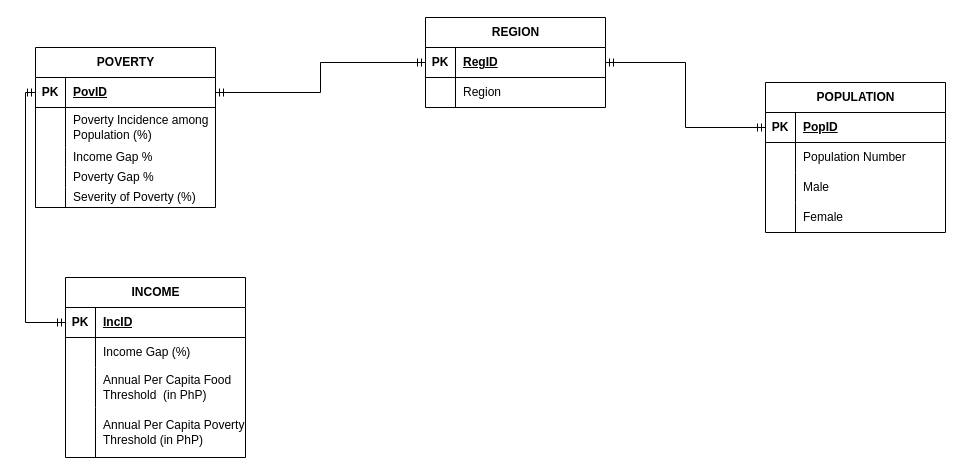
Earlier version of the draw.io diagram page "NRM" (3 of 4) of DECapstone diagrams.drawio (vinsanity2022/SPARTACapstone). Source tidied: cells renumbered, new cells numbered last; positions are measured from the earlier drawing's top-left corner, leaving out a move shared by most shapes. Both pictures are drawn from the tidied source at 100%, with x=0, y=0 at pixel (35, 17).
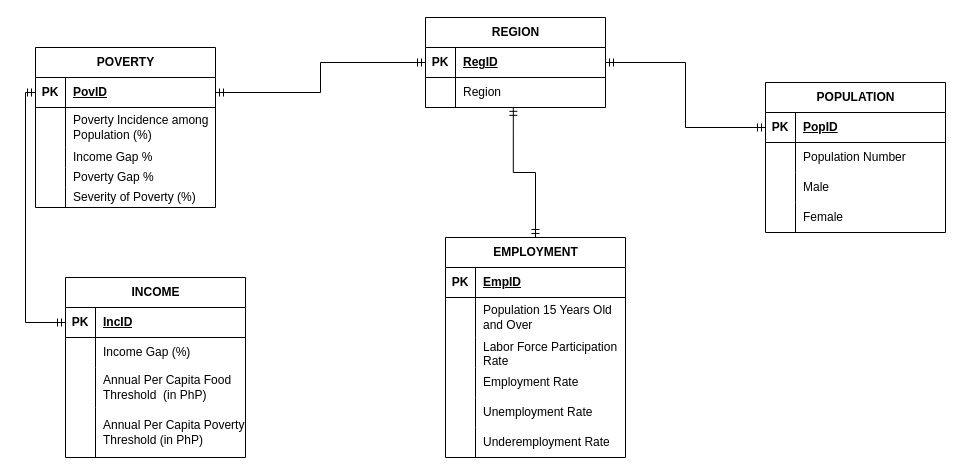
The same page after the edit.

Unchanged cells that the change refers to:
```xml
<mxCell id="35" style="shape=tableRow;horizontal=0;startSize=0;swimlaneHead=0;swimlaneBody=0;fillColor=none;points=[[0,0.5],[1,0.5]];portConstraint=eastwest;top=0;left=0;right=0;bottom=0;" parent="31" vertex="1">
  <mxGeometry y="60" width="180" height="30" as="geometry" />
</mxCell>
```

Diff of the diagram source:
```diff
@@
+    <mxCell id="54" value="EMPLOYMENT" style="shape=table;startSize=30;childLayout=tableLayout;rowLines=0;fontStyle=1;align=center;html=1;" parent="1" vertex="1">
+      <mxGeometry x="410" y="220" width="180" height="220" as="geometry" />
+    </mxCell>
+    <mxCell id="55" style="shape=tableRow;horizontal=0;startSize=0;swimlaneHead=0;swimlaneBody=0;fillColor=none;top=0;left=0;right=0;bottom=1;" parent="54" vertex="1">
+      <mxGeometry y="30" width="180" height="30" as="geometry" />
+    </mxCell>
+    <mxCell id="56" value="PK" style="shape=partialRectangle;fillColor=none;top=0;left=0;bottom=0;right=0;fontStyle=1;overflow=hidden;whiteSpace=wrap;html=1;" parent="55" vertex="1">
+      <mxGeometry width="30" height="30" as="geometry" />
+    </mxCell>
+    <mxCell id="57" value="EmpID" style="shape=partialRectangle;fillColor=none;top=0;left=0;bottom=0;right=0;align=left;spacingLeft=6;fontStyle=5;overflow=hidden;whiteSpace=wrap;html=1;" parent="55" vertex="1">
+      <mxGeometry x="30" width="150" height="30" as="geometry" />
+    </mxCell>
+    <mxCell id="58" style="shape=tableRow;horizontal=0;startSize=0;swimlaneHead=0;swimlaneBody=0;fillColor=none;top=0;left=0;right=0;bottom=0;" parent="54" vertex="1">
+      <mxGeometry y="60" width="180" height="40" as="geometry" />
+    </mxCell>
+    <mxCell id="59" style="shape=partialRectangle;fillColor=none;top=0;left=0;bottom=0;right=0;overflow=hidden;whiteSpace=wrap;html=1;" parent="58" vertex="1">
+      <mxGeometry width="30" height="40" as="geometry" />
+    </mxCell>
+    <mxCell id="60" value="Population 15 Years Old and Over&amp;nbsp; &amp;nbsp; &amp;nbsp; &amp;nbsp; &amp;nbsp;" style="shape=partialRectangle;fillColor=none;top=0;left=0;bottom=0;right=0;align=left;spacingLeft=6;overflow=hidden;whiteSpace=wrap;html=1;" parent="58" vertex="1">
+      <mxGeometry x="30" width="150" height="40" as="geometry" />
+    </mxCell>
+    <mxCell id="61" style="shape=tableRow;horizontal=0;startSize=0;swimlaneHead=0;swimlaneBody=0;fillColor=none;top=0;left=0;right=0;bottom=0;" parent="54" vertex="1">
+      <mxGeometry y="100" width="180" height="30" as="geometry" />
+    </mxCell>
+    <mxCell id="62" style="shape=partialRectangle;fillColor=none;top=0;left=0;bottom=0;right=0;overflow=hidden;whiteSpace=wrap;html=1;" parent="61" vertex="1">
+      <mxGeometry width="30" height="30" as="geometry" />
+    </mxCell>
+    <mxCell id="63" value="Labor Force Participation Rate" style="shape=partialRectangle;fillColor=none;top=0;left=0;bottom=0;right=0;align=left;spacingLeft=6;overflow=hidden;whiteSpace=wrap;html=1;" parent="61" vertex="1">
+      <mxGeometry x="30" width="150" height="30" as="geometry" />
+    </mxCell>
+    <mxCell id="64" style="shape=tableRow;horizontal=0;startSize=0;swimlaneHead=0;swimlaneBody=0;fillColor=none;top=0;left=0;right=0;bottom=0;" parent="54" vertex="1">
+      <mxGeometry y="130" width="180" height="30" as="geometry" />
+    </mxCell>
+    <mxCell id="65" style="shape=partialRectangle;fillColor=none;top=0;left=0;bottom=0;right=0;overflow=hidden;whiteSpace=wrap;html=1;" parent="64" vertex="1">
+      <mxGeometry width="30" height="30" as="geometry" />
+    </mxCell>
+    <mxCell id="66" value="Employment Rate" style="shape=partialRectangle;fillColor=none;top=0;left=0;bottom=0;right=0;align=left;spacingLeft=6;overflow=hidden;whiteSpace=wrap;html=1;" parent="64" vertex="1">
+      <mxGeometry x="30" width="150" height="30" as="geometry" />
+    </mxCell>
+    <mxCell id="67" style="shape=tableRow;horizontal=0;startSize=0;swimlaneHead=0;swimlaneBody=0;fillColor=none;top=0;left=0;right=0;bottom=0;" parent="54" vertex="1">
+      <mxGeometry y="160" width="180" height="30" as="geometry" />
+    </mxCell>
+    <mxCell id="68" style="shape=partialRectangle;fillColor=none;top=0;left=0;bottom=0;right=0;overflow=hidden;whiteSpace=wrap;html=1;" parent="67" vertex="1">
+      <mxGeometry width="30" height="30" as="geometry" />
+    </mxCell>
+    <mxCell id="69" value="Unemployment Rate" style="shape=partialRectangle;fillColor=none;top=0;left=0;bottom=0;right=0;align=left;spacingLeft=6;overflow=hidden;whiteSpace=wrap;html=1;" parent="67" vertex="1">
+      <mxGeometry x="30" width="150" height="30" as="geometry" />
+    </mxCell>
+    <mxCell id="70" style="shape=tableRow;horizontal=0;startSize=0;swimlaneHead=0;swimlaneBody=0;fillColor=none;top=0;left=0;right=0;bottom=0;" parent="54" vertex="1">
+      <mxGeometry y="190" width="180" height="30" as="geometry" />
+    </mxCell>
+    <mxCell id="71" style="shape=partialRectangle;fillColor=none;top=0;left=0;bottom=0;right=0;overflow=hidden;whiteSpace=wrap;html=1;" parent="70" vertex="1">
+      <mxGeometry width="30" height="30" as="geometry" />
+    </mxCell>
+    <mxCell id="72" value="Underemployment Rate" style="shape=partialRectangle;fillColor=none;top=0;left=0;bottom=0;right=0;align=left;spacingLeft=6;overflow=hidden;whiteSpace=wrap;html=1;" parent="70" vertex="1">
+      <mxGeometry x="30" width="150" height="30" as="geometry" />
+    </mxCell>
+    <mxCell id="73" style="edgeStyle=orthogonalEdgeStyle;fontSize=12;html=1;endArrow=ERmandOne;startArrow=ERmandOne;rounded=0;entryX=0.5;entryY=0;entryDx=0;entryDy=0;exitX=0.488;exitY=0.994;exitDx=0;exitDy=0;exitPerimeter=0;" parent="1" edge="1" source="35" target="54">
+      <mxGeometry relative="1" as="geometry" />
+    </mxCell>
```
